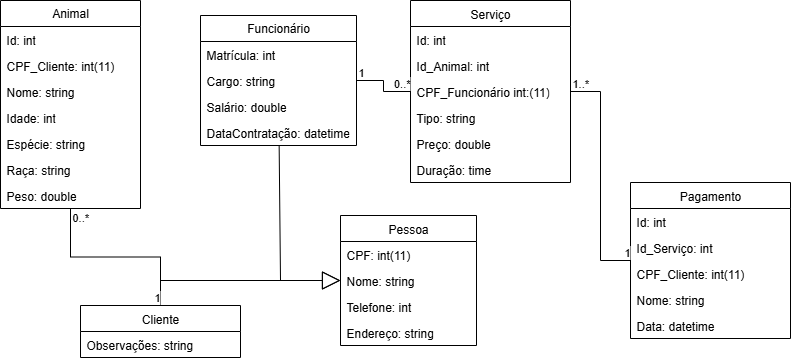
SPD-BES-2025-3/grupo7 keeps this draw.io diagram as docs/diagrama_classes.png. Above is the earlier version. Source tidied: cells renumbered, new cells last; positions are measured from the earlier drawing's top-left corner, leaving out a move shared by most shapes.
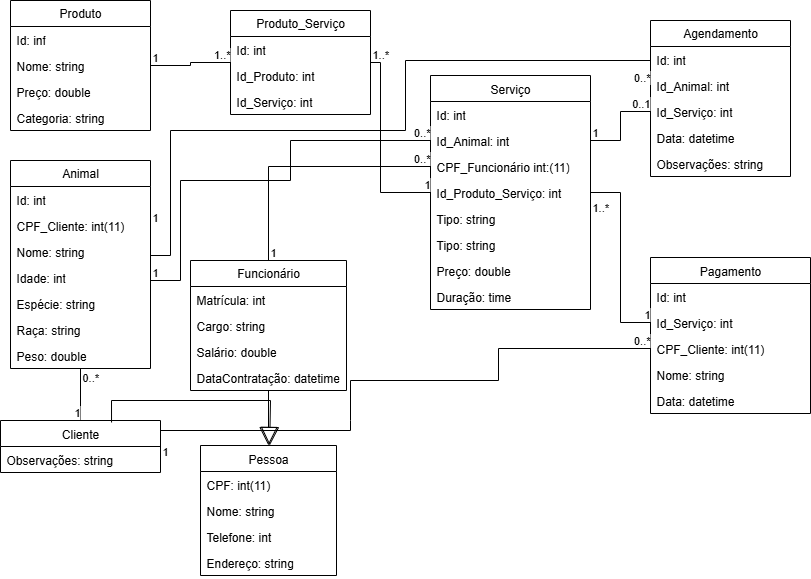
After the change.

What changed in the source:
```diff
@@ -2,21 +2,6 @@
   <root>
     <mxCell id="0" />
     <mxCell id="1" parent="0" />
-    <mxCell id="2" value="Pessoa" style="swimlane;fontStyle=0;align=center;verticalAlign=top;horizontal=1;startSize=26;rounded=0;shadow=0;strokeWidth=1;" parent="1" vertex="1">
-      <mxGeometry x="340" y="215" width="136" height="130" as="geometry" />
-    </mxCell>
-    <mxCell id="3" value="CPF: int(11)" style="text;align=left;verticalAlign=top;spacingLeft=4;spacingRight=4;overflow=hidden;rounded=0;shadow=0;html=0;" parent="2" vertex="1">
-      <mxGeometry y="26" width="136" height="26" as="geometry" />
-    </mxCell>
-    <mxCell id="4" value="Nome: string" style="text;align=left;verticalAlign=top;spacingLeft=4;spacingRight=4;overflow=hidden;points=[[0,0.5],[1,0.5]];portConstraint=eastwest;rounded=0;shadow=0;html=0;" parent="2" vertex="1">
-      <mxGeometry y="52" width="136" height="26" as="geometry" />
-    </mxCell>
-    <mxCell id="5" value="Telefone: int" style="text;strokeColor=none;fillColor=none;align=left;verticalAlign=top;spacingLeft=4;spacingRight=4;overflow=hidden;whiteSpace=wrap;html=1;" parent="2" vertex="1">
-      <mxGeometry y="78" width="136" height="26" as="geometry" />
-    </mxCell>
-    <mxCell id="6" value="Endereço: string" style="text;strokeColor=none;fillColor=none;align=left;verticalAlign=top;spacingLeft=4;spacingRight=4;overflow=hidden;whiteSpace=wrap;html=1;" parent="2" vertex="1">
-      <mxGeometry y="104" width="136" height="26" as="geometry" />
-    </mxCell>
     <mxCell id="7" value="Pagamento" style="swimlane;fontStyle=0;align=center;verticalAlign=top;horizontal=1;startSize=26;rounded=0;shadow=0;strokeWidth=1;" parent="1" vertex="1">
       <mxGeometry x="630" y="182" width="160" height="156" as="geometry" />
     </mxCell>
@@ -36,13 +21,13 @@
       <mxGeometry y="130" width="160" height="26" as="geometry" />
     </mxCell>
     <mxCell id="13" value="Cliente" style="swimlane;fontStyle=0;align=center;verticalAlign=top;horizontal=1;startSize=26;rounded=0;shadow=0;strokeWidth=1;" parent="1" vertex="1">
-      <mxGeometry x="80" y="305" width="160" height="52" as="geometry" />
+      <mxGeometry x="-20" y="345" width="160" height="52" as="geometry" />
     </mxCell>
     <mxCell id="14" value="Observações: string" style="text;strokeColor=none;fillColor=none;align=left;verticalAlign=top;spacingLeft=4;spacingRight=4;overflow=hidden;points=[[0,0.5],[1,0.5]];portConstraint=eastwest;whiteSpace=wrap;html=1;" parent="13" vertex="1">
       <mxGeometry y="26" width="160" height="26" as="geometry" />
     </mxCell>
     <mxCell id="15" value="Serviço" style="swimlane;fontStyle=0;align=center;verticalAlign=top;horizontal=1;startSize=26;rounded=0;shadow=0;strokeWidth=1;" parent="1" vertex="1">
-      <mxGeometry x="410" width="160" height="182" as="geometry" />
+      <mxGeometry x="410" width="160" height="234" as="geometry" />
     </mxCell>
     <mxCell id="16" value="Id: int" style="text;strokeColor=none;fillColor=none;align=left;verticalAlign=top;spacingLeft=4;spacingRight=4;overflow=hidden;whiteSpace=wrap;html=1;" parent="15" vertex="1">
       <mxGeometry y="26" width="160" height="26" as="geometry" />
@@ -53,17 +38,23 @@
     <mxCell id="18" value="CPF_Funcionário int:(11)" style="text;strokeColor=none;fillColor=none;align=left;verticalAlign=top;spacingLeft=4;spacingRight=4;overflow=hidden;points=[[0,0.5],[1,0.5]];portConstraint=eastwest;whiteSpace=wrap;html=1;" parent="15" vertex="1">
       <mxGeometry y="78" width="160" height="26" as="geometry" />
     </mxCell>
+    <mxCell id="46" value="Id_Produto_Serviço: int" style="text;strokeColor=none;fillColor=none;align=left;verticalAlign=top;spacingLeft=4;spacingRight=4;overflow=hidden;points=[[0,0.5],[1,0.5]];portConstraint=eastwest;whiteSpace=wrap;html=1;" parent="15" vertex="1">
+      <mxGeometry y="104" width="160" height="26" as="geometry" />
+    </mxCell>
+    <mxCell id="47" value="Tipo: string" style="text;align=left;verticalAlign=top;spacingLeft=4;spacingRight=4;overflow=hidden;" parent="15" vertex="1">
+      <mxGeometry y="130" width="160" height="26" as="geometry" />
+    </mxCell>
     <mxCell id="19" value="Tipo: string" style="text;align=left;verticalAlign=top;spacingLeft=4;spacingRight=4;overflow=hidden;" parent="15" vertex="1">
-      <mxGeometry y="104" width="160" height="26" as="geometry" />
+      <mxGeometry y="156" width="160" height="26" as="geometry" />
     </mxCell>
     <mxCell id="20" value="Preço: double" style="text;align=left;verticalAlign=top;spacingLeft=4;spacingRight=4;overflow=hidden;rounded=0;shadow=0;html=0;" parent="15" vertex="1">
-      <mxGeometry y="130" width="160" height="26" as="geometry" />
+      <mxGeometry y="182" width="160" height="26" as="geometry" />
     </mxCell>
     <mxCell id="21" value="Duração: time" style="text;align=left;verticalAlign=top;spacingLeft=4;spacingRight=4;overflow=hidden;rounded=0;shadow=0;html=0;" parent="15" vertex="1">
-      <mxGeometry y="156" width="160" height="26" as="geometry" />
+      <mxGeometry y="208" width="160" height="26" as="geometry" />
     </mxCell>
     <mxCell id="22" value="Animal" style="swimlane;fontStyle=0;horizontal=1;startSize=26;fillColor=none;whiteSpace=wrap;html=1;" parent="1" vertex="1">
-      <mxGeometry width="140" height="208" as="geometry" />
+      <mxGeometry x="-10" y="85" width="140" height="208" as="geometry" />
     </mxCell>
     <mxCell id="23" value="&lt;div&gt;&lt;span style=&quot;background-color: transparent; color: light-dark(rgb(0, 0, 0), rgb(255, 255, 255));&quot;&gt;Id: int&lt;/span&gt;&lt;/div&gt;" style="text;strokeColor=none;fillColor=none;align=left;verticalAlign=top;spacingLeft=4;spacingRight=4;overflow=hidden;whiteSpace=wrap;html=1;" parent="22" vertex="1">
       <mxGeometry y="26" width="140" height="26" as="geometry" />
@@ -87,7 +78,7 @@
       <mxGeometry y="182" width="140" height="26" as="geometry" />
     </mxCell>
     <mxCell id="30" value="Funcionário" style="swimlane;fontStyle=0;horizontal=1;startSize=26;fillColor=none;whiteSpace=wrap;html=1;" parent="1" vertex="1">
-      <mxGeometry x="200" y="15" width="156" height="130" as="geometry" />
+      <mxGeometry x="170" y="185" width="156" height="130" as="geometry" />
     </mxCell>
     <mxCell id="31" value="Matrícula: int" style="text;strokeColor=none;fillColor=none;align=left;verticalAlign=top;spacingLeft=4;spacingRight=4;overflow=hidden;whiteSpace=wrap;html=1;" parent="30" vertex="1">
       <mxGeometry y="26" width="156" height="26" as="geometry" />
@@ -101,30 +92,29 @@
     <mxCell id="34" value="DataContratação: datetime" style="text;strokeColor=none;fillColor=none;align=left;verticalAlign=top;spacingLeft=4;spacingRight=4;overflow=hidden;whiteSpace=wrap;html=1;" parent="30" vertex="1">
       <mxGeometry y="104" width="156" height="26" as="geometry" />
     </mxCell>
-    <mxCell id="35" style="endArrow=block;endSize=16;endFill=0;html=1;rounded=0;" parent="1" edge="1" source="13" target="2">
+    <mxCell id="35" style="endArrow=block;endSize=16;endFill=0;html=1;rounded=0;exitX=0.694;exitY=0.038;exitDx=0;exitDy=0;exitPerimeter=0;" parent="1" edge="1" source="13" target="2">
       <mxGeometry relative="1" as="geometry">
         <Array as="points">
-          <mxPoint x="160" y="280" />
+          <mxPoint x="91" y="325" />
+          <mxPoint x="250" y="325" />
         </Array>
       </mxGeometry>
     </mxCell>
     <mxCell id="36" style="endArrow=block;endSize=16;endFill=0;html=1;rounded=0;" parent="1" edge="1" source="30" target="2">
-      <mxGeometry relative="1" as="geometry">
-        <Array as="points">
-          <mxPoint x="280" y="280" />
-        </Array>
-      </mxGeometry>
+      <mxGeometry relative="1" as="geometry" />
     </mxCell>
-    <mxCell id="37" style="endArrow=none;html=1;edgeStyle=orthogonalEdgeStyle;rounded=0;" parent="1" edge="1" source="15" target="7">
+    <mxCell id="37" style="endArrow=none;html=1;edgeStyle=orthogonalEdgeStyle;rounded=0;entryX=0;entryY=0.5;entryDx=0;entryDy=0;" parent="1" edge="1" source="15" target="9">
       <mxGeometry relative="1" as="geometry" />
     </mxCell>
     <mxCell id="38" value="1..*" style="edgeLabel;html=1;align=left;verticalAlign=bottom;" parent="37" vertex="1">
-      <mxGeometry x="-1" relative="1" as="geometry" />
+      <mxGeometry x="-1" relative="1" as="geometry">
+        <mxPoint y="23" as="offset" />
+      </mxGeometry>
     </mxCell>
     <mxCell id="39" value="1" style="edgeLabel;html=1;align=right;verticalAlign=bottom;" parent="37" vertex="1">
       <mxGeometry x="1" relative="1" as="geometry" />
     </mxCell>
-    <mxCell id="40" style="endArrow=none;html=1;edgeStyle=orthogonalEdgeStyle;rounded=0;" parent="1" edge="1" source="30" target="15">
+    <mxCell id="40" style="endArrow=none;html=1;edgeStyle=orthogonalEdgeStyle;rounded=0;entryX=0;entryY=0.5;entryDx=0;entryDy=0;" parent="1" edge="1" source="30" target="18">
       <mxGeometry relative="1" as="geometry" />
     </mxCell>
     <mxCell id="41" value="1" style="edgeLabel;html=1;align=left;verticalAlign=bottom;" parent="40" vertex="1">
@@ -144,5 +134,160 @@
     <mxCell id="45" value="1" style="edgeLabel;html=1;align=right;verticalAlign=bottom;" parent="43" vertex="1">
       <mxGeometry x="1" relative="1" as="geometry" />
     </mxCell>
+    <mxCell id="48" value="Agendamento" style="swimlane;fontStyle=0;horizontal=1;startSize=26;fillColor=none;whiteSpace=wrap;html=1;" parent="1" vertex="1">
+      <mxGeometry x="630" y="-55" width="140" height="156" as="geometry" />
+    </mxCell>
+    <mxCell id="49" value="Id: int" style="text;strokeColor=none;fillColor=none;align=left;verticalAlign=top;spacingLeft=4;spacingRight=4;overflow=hidden;whiteSpace=wrap;html=1;" parent="48" vertex="1">
+      <mxGeometry y="26" width="140" height="26" as="geometry" />
+    </mxCell>
+    <mxCell id="50" value="Id_Animal: int" style="text;strokeColor=none;fillColor=none;align=left;verticalAlign=top;spacingLeft=4;spacingRight=4;overflow=hidden;points=[[0,0.5],[1,0.5]];portConstraint=eastwest;whiteSpace=wrap;html=1;" parent="48" vertex="1">
+      <mxGeometry y="52" width="140" height="26" as="geometry" />
+    </mxCell>
+    <mxCell id="51" value="Id_Serviço: int" style="text;strokeColor=none;fillColor=none;align=left;verticalAlign=top;spacingLeft=4;spacingRight=4;overflow=hidden;points=[[0,0.5],[1,0.5]];portConstraint=eastwest;whiteSpace=wrap;html=1;" parent="48" vertex="1">
+      <mxGeometry y="78" width="140" height="26" as="geometry" />
+    </mxCell>
+    <mxCell id="52" value="Data: datetime" style="text;strokeColor=none;fillColor=none;align=left;verticalAlign=top;spacingLeft=4;spacingRight=4;overflow=hidden;whiteSpace=wrap;html=1;" parent="48" vertex="1">
+      <mxGeometry y="104" width="140" height="26" as="geometry" />
+    </mxCell>
+    <mxCell id="53" value="Observações: string" style="text;strokeColor=none;fillColor=none;align=left;verticalAlign=top;spacingLeft=4;spacingRight=4;overflow=hidden;whiteSpace=wrap;html=1;" parent="48" vertex="1">
+      <mxGeometry y="130" width="140" height="26" as="geometry" />
+    </mxCell>
+    <mxCell id="54" style="endArrow=none;html=1;edgeStyle=orthogonalEdgeStyle;rounded=0;entryX=0;entryY=0.5;entryDx=0;entryDy=0;" parent="1" edge="1" target="17">
+      <mxGeometry relative="1" as="geometry">
+        <mxPoint x="130" y="205" as="sourcePoint" />
+        <Array as="points">
+          <mxPoint x="160" y="205" />
+          <mxPoint x="160" y="105" />
+          <mxPoint x="270" y="105" />
+          <mxPoint x="270" y="65" />
+        </Array>
+      </mxGeometry>
+    </mxCell>
+    <mxCell id="55" value="1" style="edgeLabel;html=1;align=left;verticalAlign=bottom;" parent="54" vertex="1">
+      <mxGeometry x="-1" relative="1" as="geometry" />
+    </mxCell>
+    <mxCell id="56" value="0..*" style="edgeLabel;html=1;align=right;verticalAlign=bottom;" parent="54" vertex="1">
+      <mxGeometry x="1" relative="1" as="geometry" />
+    </mxCell>
+    <mxCell id="57" style="endArrow=none;html=1;edgeStyle=orthogonalEdgeStyle;rounded=0;entryX=0;entryY=0.5;entryDx=0;entryDy=0;" parent="1" edge="1" target="10">
+      <mxGeometry relative="1" as="geometry">
+        <mxPoint x="330" y="345" as="sourcePoint" />
+        <Array as="points">
+          <mxPoint x="330" y="305" />
+          <mxPoint x="478" y="305" />
+          <mxPoint x="478" y="273" />
+        </Array>
+      </mxGeometry>
+    </mxCell>
+    <mxCell id="58" value="0..*" style="edgeLabel;html=1;align=right;verticalAlign=bottom;" parent="57" vertex="1">
+      <mxGeometry x="1" relative="1" as="geometry" />
+    </mxCell>
+    <mxCell id="59" style="endArrow=none;html=1;edgeStyle=orthogonalEdgeStyle;rounded=0;exitX=1;exitY=0.5;exitDx=0;exitDy=0;" parent="1" edge="1" source="14">
+      <mxGeometry relative="1" as="geometry">
+        <mxPoint x="330" y="345" as="targetPoint" />
+        <Array as="points">
+          <mxPoint x="140" y="355" />
+          <mxPoint x="330" y="355" />
+          <mxPoint x="330" y="346" />
+        </Array>
+      </mxGeometry>
+    </mxCell>
+    <mxCell id="60" value="1" style="edgeLabel;html=1;align=left;verticalAlign=bottom;" parent="59" vertex="1">
+      <mxGeometry x="-1" relative="1" as="geometry" />
+    </mxCell>
+    <mxCell id="2" value="Pessoa" style="swimlane;fontStyle=0;align=center;verticalAlign=top;horizontal=1;startSize=26;rounded=0;shadow=0;strokeWidth=1;" parent="1" vertex="1">
+      <mxGeometry x="180" y="370" width="136" height="130" as="geometry" />
+    </mxCell>
+    <mxCell id="3" value="CPF: int(11)" style="text;align=left;verticalAlign=top;spacingLeft=4;spacingRight=4;overflow=hidden;rounded=0;shadow=0;html=0;" parent="2" vertex="1">
+      <mxGeometry y="26" width="136" height="26" as="geometry" />
+    </mxCell>
+    <mxCell id="4" value="Nome: string" style="text;align=left;verticalAlign=top;spacingLeft=4;spacingRight=4;overflow=hidden;points=[[0,0.5],[1,0.5]];portConstraint=eastwest;rounded=0;shadow=0;html=0;" parent="2" vertex="1">
+      <mxGeometry y="52" width="136" height="26" as="geometry" />
+    </mxCell>
+    <mxCell id="5" value="Telefone: int" style="text;strokeColor=none;fillColor=none;align=left;verticalAlign=top;spacingLeft=4;spacingRight=4;overflow=hidden;whiteSpace=wrap;html=1;" parent="2" vertex="1">
+      <mxGeometry y="78" width="136" height="26" as="geometry" />
+    </mxCell>
+    <mxCell id="6" value="Endereço: string" style="text;strokeColor=none;fillColor=none;align=left;verticalAlign=top;spacingLeft=4;spacingRight=4;overflow=hidden;whiteSpace=wrap;html=1;" parent="2" vertex="1">
+      <mxGeometry y="104" width="136" height="26" as="geometry" />
+    </mxCell>
+    <mxCell id="61" style="edgeStyle=orthogonalEdgeStyle;rounded=0;orthogonalLoop=1;jettySize=auto;html=1;exitX=1;exitY=0.5;exitDx=0;exitDy=0;" parent="2" edge="1" source="4" target="4">
+      <mxGeometry relative="1" as="geometry" />
+    </mxCell>
+    <mxCell id="62" style="endArrow=none;html=1;edgeStyle=orthogonalEdgeStyle;rounded=0;entryX=0;entryY=0.5;entryDx=0;entryDy=0;exitX=1;exitY=0.5;exitDx=0;exitDy=0;" parent="1" edge="1" source="24" target="50">
+      <mxGeometry relative="1" as="geometry">
+        <Array as="points">
+          <mxPoint x="150" y="180" />
+          <mxPoint x="150" y="55" />
+          <mxPoint x="385" y="55" />
+          <mxPoint x="385" y="-15" />
+          <mxPoint x="630" y="-15" />
+        </Array>
+      </mxGeometry>
+    </mxCell>
+    <mxCell id="63" value="1" style="edgeLabel;html=1;align=left;verticalAlign=bottom;" parent="62" vertex="1">
+      <mxGeometry x="-1" relative="1" as="geometry" />
+    </mxCell>
+    <mxCell id="64" value="0..*" style="edgeLabel;html=1;align=right;verticalAlign=bottom;" parent="62" vertex="1">
+      <mxGeometry x="1" relative="1" as="geometry" />
+    </mxCell>
+    <mxCell id="65" style="endArrow=none;html=1;edgeStyle=orthogonalEdgeStyle;rounded=0;entryX=0;entryY=0.5;entryDx=0;entryDy=0;exitX=1;exitY=0.5;exitDx=0;exitDy=0;" parent="1" edge="1" source="17" target="51">
+      <mxGeometry relative="1" as="geometry" />
+    </mxCell>
+    <mxCell id="66" value="1" style="edgeLabel;html=1;align=left;verticalAlign=bottom;" parent="65" vertex="1">
+      <mxGeometry x="-1" relative="1" as="geometry" />
+    </mxCell>
+    <mxCell id="67" value="0..1" style="edgeLabel;html=1;align=right;verticalAlign=bottom;" parent="65" vertex="1">
+      <mxGeometry x="1" relative="1" as="geometry" />
+    </mxCell>
+    <mxCell id="68" value="Produto" style="swimlane;fontStyle=0;horizontal=1;startSize=26;fillColor=none;whiteSpace=wrap;html=1;" parent="1" vertex="1">
+      <mxGeometry x="-10" y="-75" width="140" height="130" as="geometry" />
+    </mxCell>
+    <mxCell id="69" value="Id: inf" style="text;strokeColor=none;fillColor=none;align=left;verticalAlign=top;spacingLeft=4;spacingRight=4;overflow=hidden;whiteSpace=wrap;html=1;" parent="68" vertex="1">
+      <mxGeometry y="26" width="140" height="26" as="geometry" />
+    </mxCell>
+    <mxCell id="70" value="Nome: string&amp;nbsp;" style="text;strokeColor=none;fillColor=none;align=left;verticalAlign=top;spacingLeft=4;spacingRight=4;overflow=hidden;whiteSpace=wrap;html=1;" parent="68" vertex="1">
+      <mxGeometry y="52" width="140" height="26" as="geometry" />
+    </mxCell>
+    <mxCell id="71" value="Preço: double" style="text;strokeColor=none;fillColor=none;align=left;verticalAlign=top;spacingLeft=4;spacingRight=4;overflow=hidden;whiteSpace=wrap;html=1;" parent="68" vertex="1">
+      <mxGeometry y="78" width="140" height="26" as="geometry" />
+    </mxCell>
+    <mxCell id="72" value="Categoria: string" style="text;align=left;verticalAlign=top;spacingLeft=4;spacingRight=4;overflow=hidden;" parent="68" vertex="1">
+      <mxGeometry y="104" width="140" height="26" as="geometry" />
+    </mxCell>
+    <mxCell id="73" value="Produto_Serviço" style="swimlane;fontStyle=0;horizontal=1;startSize=26;fillColor=none;whiteSpace=wrap;html=1;" parent="1" vertex="1">
+      <mxGeometry x="210" y="-65" width="140" height="104" as="geometry" />
+    </mxCell>
+    <mxCell id="74" value="Id: int" style="text;strokeColor=none;fillColor=none;align=left;verticalAlign=top;spacingLeft=4;spacingRight=4;overflow=hidden;whiteSpace=wrap;html=1;" parent="73" vertex="1">
+      <mxGeometry y="26" width="140" height="26" as="geometry" />
+    </mxCell>
+    <mxCell id="75" value="Id_Produto: int" style="text;strokeColor=none;fillColor=none;align=left;verticalAlign=top;spacingLeft=4;spacingRight=4;overflow=hidden;whiteSpace=wrap;html=1;" parent="73" vertex="1">
+      <mxGeometry y="52" width="140" height="26" as="geometry" />
+    </mxCell>
+    <mxCell id="76" value="Id_Serviço: int" style="text;strokeColor=none;fillColor=none;align=left;verticalAlign=top;spacingLeft=4;spacingRight=4;overflow=hidden;whiteSpace=wrap;html=1;" parent="73" vertex="1">
+      <mxGeometry y="78" width="140" height="26" as="geometry" />
+    </mxCell>
+    <mxCell id="77" style="endArrow=none;html=1;edgeStyle=orthogonalEdgeStyle;rounded=0;" parent="1" edge="1" source="68" target="73">
+      <mxGeometry relative="1" as="geometry" />
+    </mxCell>
+    <mxCell id="78" value="1" style="edgeLabel;html=1;align=left;verticalAlign=bottom;" parent="77" vertex="1">
+      <mxGeometry x="-1" relative="1" as="geometry" />
+    </mxCell>
+    <mxCell id="79" value="1..*" style="edgeLabel;html=1;align=right;verticalAlign=bottom;" parent="77" vertex="1">
+      <mxGeometry x="1" relative="1" as="geometry" />
+    </mxCell>
+    <mxCell id="80" style="endArrow=none;html=1;edgeStyle=orthogonalEdgeStyle;rounded=0;entryX=0;entryY=0.5;entryDx=0;entryDy=0;" parent="1" edge="1" source="73" target="46">
+      <mxGeometry relative="1" as="geometry">
+        <Array as="points">
+          <mxPoint x="360" y="-13" />
+          <mxPoint x="360" y="117" />
+        </Array>
+      </mxGeometry>
+    </mxCell>
+    <mxCell id="81" value="1..*" style="edgeLabel;html=1;align=left;verticalAlign=bottom;" parent="80" vertex="1">
+      <mxGeometry x="-1" relative="1" as="geometry" />
+    </mxCell>
+    <mxCell id="82" value="1" style="edgeLabel;html=1;align=right;verticalAlign=bottom;" parent="80" vertex="1">
+      <mxGeometry x="1" relative="1" as="geometry" />
+    </mxCell>
   </root>
 </mxGraphModel>
```
